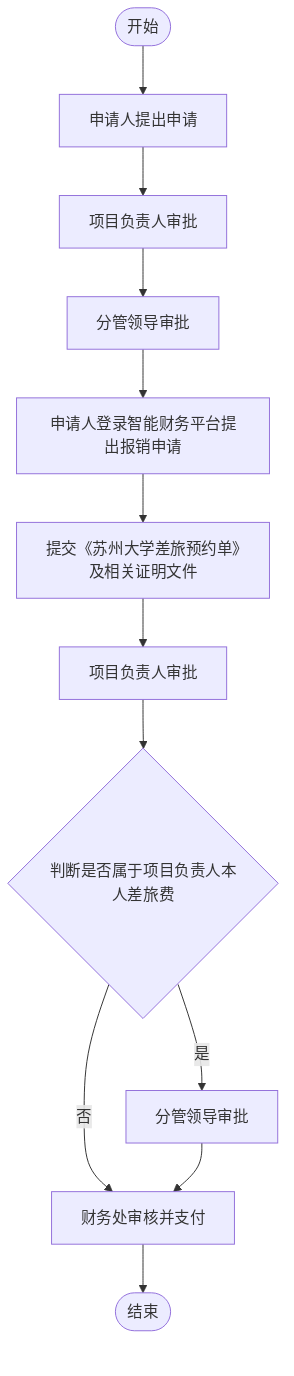
Earlier version of the Mermaid export outline2flow/flow_outputs/page_16.png (AmyIvan/work1). Its source is kept beside it as outline2flow/mmd_outputs/page_16.mmd.
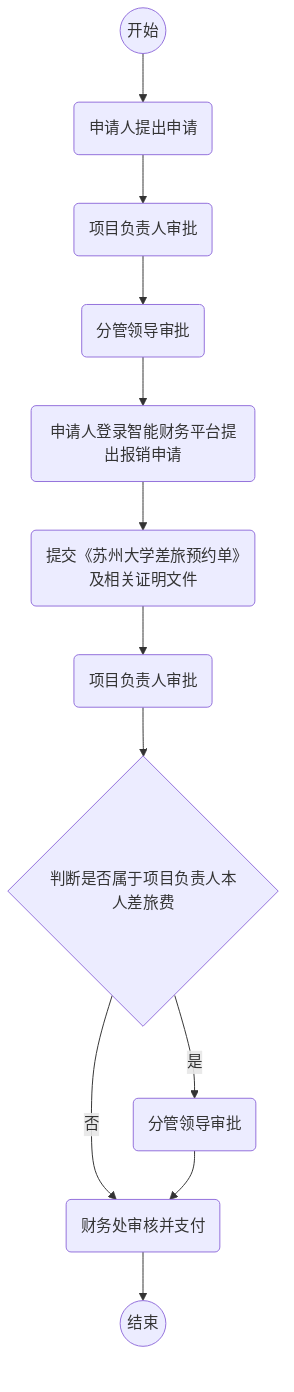
The same file after the commit.

The edit, as a diff of the source:
```diff
@@ -1,12 +1,12 @@
 flowchart TD
-    Start(["开始"]) --> A[申请人提出申请]
-    A --> B[项目负责人审批]
-    B --> C[分管领导审批]
-    C --> D[申请人登录智能财务平台提出报销申请]
-    D --> E[提交《苏州大学差旅预约单》及相关证明文件]
-    E --> F[项目负责人审批]
-    F --> G{判断是否属于项目负责人本人差旅费}
-    G -->|是| H[分管领导审批]
-    G -->|否| I[财务处审核并支付]
-    H --> I
-    I --> End(["结束"])
+    A((开始)) --> B(申请人提出申请)
+    B --> C(项目负责人审批)
+    C --> D(分管领导审批)
+    D --> E(申请人登录智能财务平台提出报销申请)
+    E --> F(提交《苏州大学差旅预约单》及相关证明文件)
+    F --> G(项目负责人审批)
+    G --> H{判断是否属于项目负责人本人差旅费}
+    H -->|是| I(分管领导审批)
+    H -->|否| J(财务处审核并支付)
+    I --> J
+    J --> K((结束))
```
